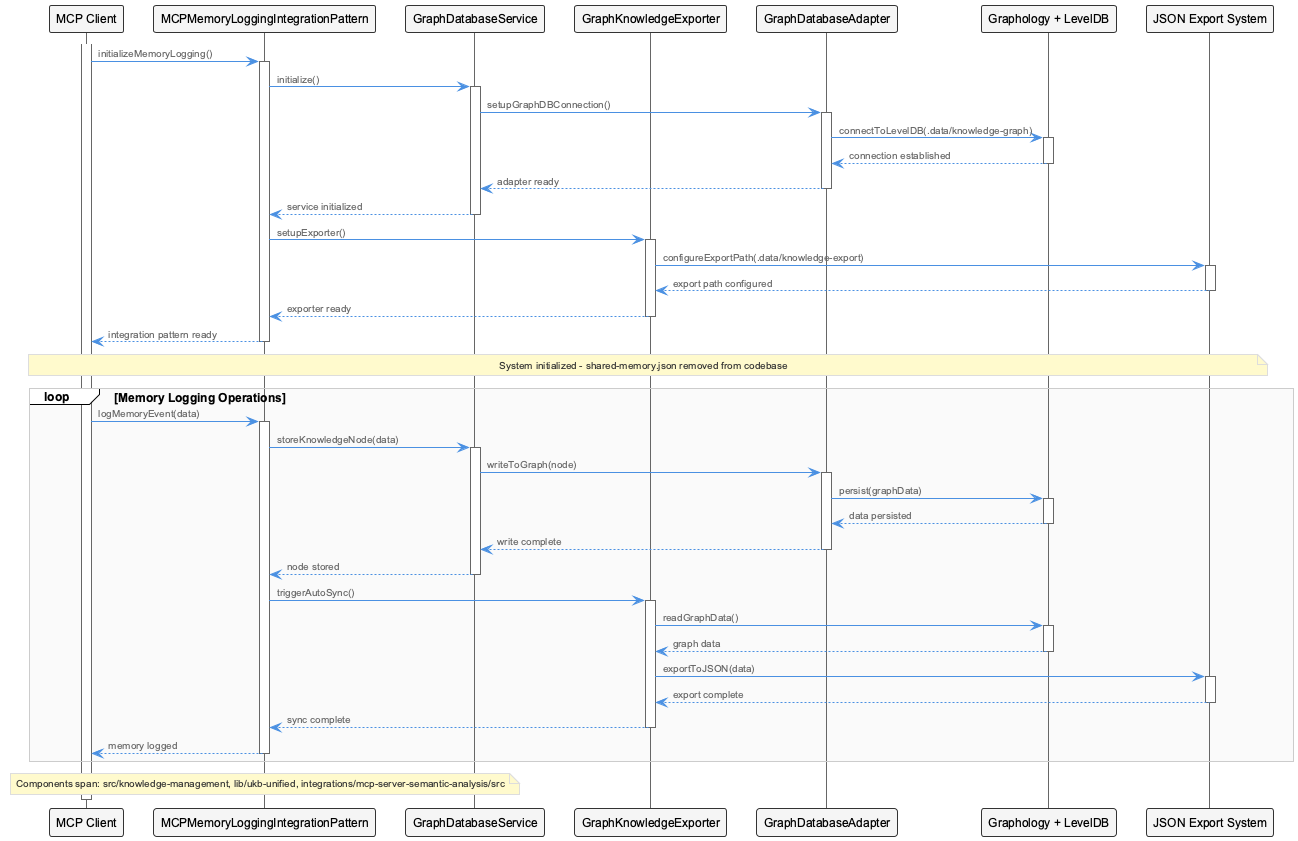
This is knowledge-management/insights/images/mcpmemory-logging-integration-pattern-sequence.png from fwornle/coding, a PlantUML export, as it was before one commit. The source it was exported from:
```plantuml
@startuml
!include /Users/q284340/Agentic/coding/docs/puml/_standard-style.puml

participant "MCP Client" as client
participant "MCPMemoryLoggingIntegrationPattern" as pattern
participant "GraphDatabaseService" as graphdb
participant "GraphKnowledgeExporter" as exporter
participant "GraphDatabaseAdapter" as adapter
participant "Graphology + LevelDB" as storage
participant "JSON Export System" as jsonexport

activate client

client -> pattern : initializeMemoryLogging()
activate pattern

pattern -> graphdb : initialize()
activate graphdb

graphdb -> adapter : setupGraphDBConnection()
activate adapter

adapter -> storage : connectToLevelDB(.data/knowledge-graph)
activate storage
storage --> adapter : connection established
deactivate storage

adapter --> graphdb : adapter ready
deactivate adapter

graphdb --> pattern : service initialized
deactivate graphdb

pattern -> exporter : setupExporter()
activate exporter

exporter -> jsonexport : configureExportPath(.data/knowledge-export)
activate jsonexport
jsonexport --> exporter : export path configured
deactivate jsonexport

exporter --> pattern : exporter ready
deactivate exporter

pattern --> client : integration pattern ready
deactivate pattern

note over client, jsonexport : System initialized - shared-memory.json removed from codebase

loop Memory Logging Operations
    client -> pattern : logMemoryEvent(data)
    activate pattern

    pattern -> graphdb : storeKnowledgeNode(data)
    activate graphdb

    graphdb -> adapter : writeToGraph(node)
    activate adapter

    adapter -> storage : persist(graphData)
    activate storage
    storage --> adapter : data persisted
    deactivate storage

    adapter --> graphdb : write complete
    deactivate adapter

    graphdb --> pattern : node stored
    deactivate graphdb

    pattern -> exporter : triggerAutoSync()
    activate exporter

    exporter -> storage : readGraphData()
    activate storage
    storage --> exporter : graph data
    deactivate storage

    exporter -> jsonexport : exportToJSON(data)
    activate jsonexport
    jsonexport --> exporter : export complete
    deactivate jsonexport

    exporter --> pattern : sync complete
    deactivate exporter

    pattern --> client : memory logged
    deactivate pattern
end

note over pattern : Components span: src/knowledge-management, lib/ukb-unified, integrations/mcp-server-semantic-analysis/src

deactivate client

@enduml
```
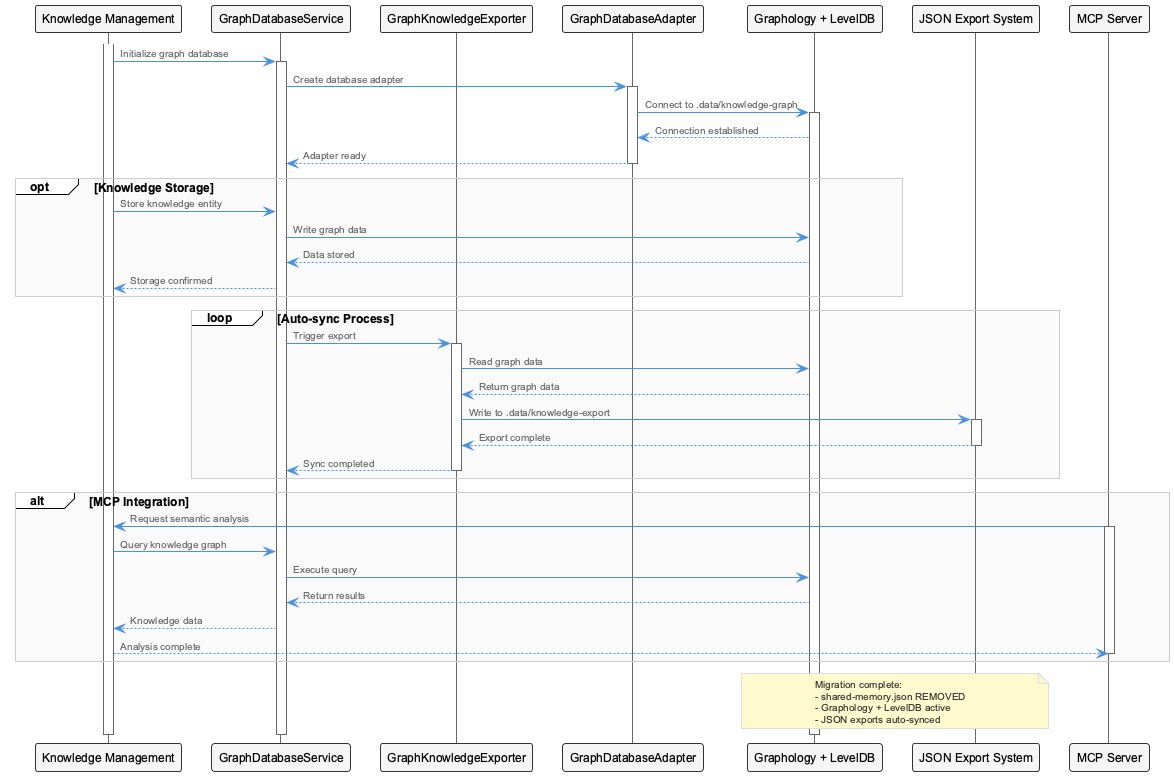
Later version of the same file.

Change to the diagram source:
```diff
@@ -1,95 +1,67 @@
 @startuml
 !include /Users/q284340/Agentic/coding/docs/puml/_standard-style.puml
 
-participant "MCP Client" as client
-participant "MCPMemoryLoggingIntegrationPattern" as pattern
-participant "GraphDatabaseService" as graphdb
-participant "GraphKnowledgeExporter" as exporter
-participant "GraphDatabaseAdapter" as adapter
-participant "Graphology + LevelDB" as storage
-participant "JSON Export System" as jsonexport
+participant "Knowledge Management" as KM
+participant "GraphDatabaseService" as GDS
+participant "GraphKnowledgeExporter" as GKE
+participant "GraphDatabaseAdapter" as GDA
+participant "Graphology + LevelDB" as GraphDB
+participant "JSON Export System" as JSON
+participant "MCP Server" as MCP
 
-activate client
+activate KM
+KM -> GDS: Initialize graph database
+activate GDS
 
-client -> pattern : initializeMemoryLogging()
-activate pattern
+GDS -> GDA: Create database adapter
+activate GDA
 
-pattern -> graphdb : initialize()
-activate graphdb
+GDA -> GraphDB: Connect to .data/knowledge-graph
+activate GraphDB
+GraphDB --> GDA: Connection established
+GDA --> GDS: Adapter ready
+deactivate GDA
 
-graphdb -> adapter : setupGraphDBConnection()
-activate adapter
-
-adapter -> storage : connectToLevelDB(.data/knowledge-graph)
-activate storage
-storage --> adapter : connection established
-deactivate storage
-
-adapter --> graphdb : adapter ready
-deactivate adapter
-
-graphdb --> pattern : service initialized
-deactivate graphdb
-
-pattern -> exporter : setupExporter()
-activate exporter
-
-exporter -> jsonexport : configureExportPath(.data/knowledge-export)
-activate jsonexport
-jsonexport --> exporter : export path configured
-deactivate jsonexport
-
-exporter --> pattern : exporter ready
-deactivate exporter
-
-pattern --> client : integration pattern ready
-deactivate pattern
-
-note over client, jsonexport : System initialized - shared-memory.json removed from codebase
-
-loop Memory Logging Operations
-    client -> pattern : logMemoryEvent(data)
-    activate pattern
-
-    pattern -> graphdb : storeKnowledgeNode(data)
-    activate graphdb
-
-    graphdb -> adapter : writeToGraph(node)
-    activate adapter
-
-    adapter -> storage : persist(graphData)
-    activate storage
-    storage --> adapter : data persisted
-    deactivate storage
-
-    adapter --> graphdb : write complete
-    deactivate adapter
-
-    graphdb --> pattern : node stored
-    deactivate graphdb
-
-    pattern -> exporter : triggerAutoSync()
-    activate exporter
-
-    exporter -> storage : readGraphData()
-    activate storage
-    storage --> exporter : graph data
-    deactivate storage
-
-    exporter -> jsonexport : exportToJSON(data)
-    activate jsonexport
-    jsonexport --> exporter : export complete
-    deactivate jsonexport
-
-    exporter --> pattern : sync complete
-    deactivate exporter
-
-    pattern --> client : memory logged
-    deactivate pattern
+opt Knowledge Storage
+    KM -> GDS: Store knowledge entity
+    GDS -> GraphDB: Write graph data
+    GraphDB --> GDS: Data stored
+    GDS --> KM: Storage confirmed
 end
 
-note over pattern : Components span: src/knowledge-management, lib/ukb-unified, integrations/mcp-server-semantic-analysis/src
+loop Auto-sync Process
+    GDS -> GKE: Trigger export
+    activate GKE
+    GKE -> GraphDB: Read graph data
+    GraphDB --> GKE: Return graph data
+    GKE -> JSON: Write to .data/knowledge-export
+    activate JSON
+    JSON --> GKE: Export complete
+    deactivate JSON
+    GKE --> GDS: Sync completed
+    deactivate GKE
+end
 
-deactivate client
+alt MCP Integration
+    MCP -> KM: Request semantic analysis
+    activate MCP
+    KM -> GDS: Query knowledge graph
+    GDS -> GraphDB: Execute query
+    GraphDB --> GDS: Return results
+    GDS --> KM: Knowledge data
+    KM --> MCP: Analysis complete
+    deactivate MCP
+end
+
+note over GraphDB, JSON
+Migration complete:
+- shared-memory.json REMOVED
+- Graphology + LevelDB active
+- JSON exports auto-synced
+end note
+
+deactivate GraphDB
+deactivate GDS
+deactivate KM
 
 @enduml
```
